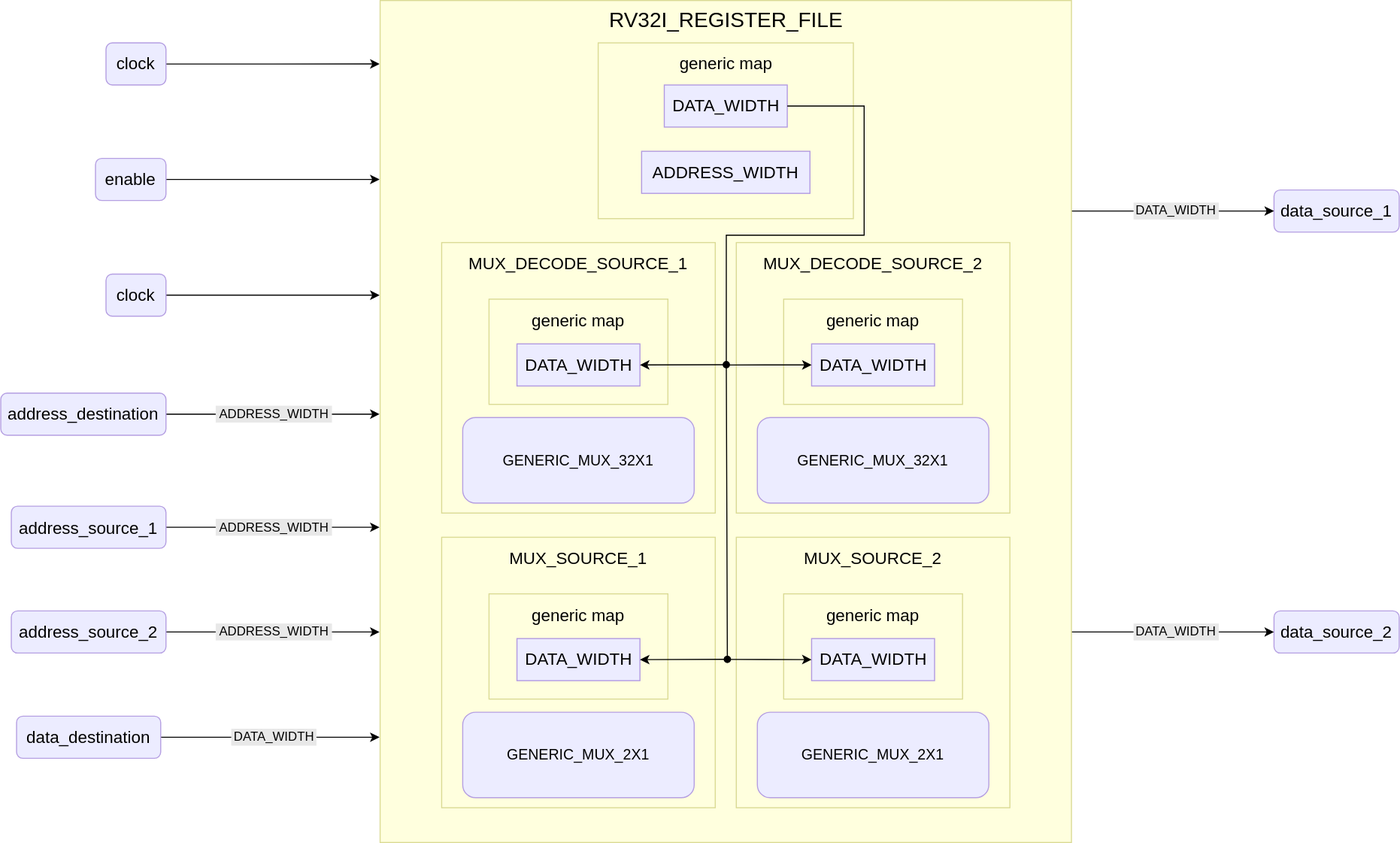
The draw.io diagram public/images/reference/report_components/rv32i_register_file.drawio.svg in insper-riscv/docs, before a commit. Source tidied: cells renumbered, new cells last; positions are measured from the earlier drawing's top-left corner, leaving out a move shared by most shapes.
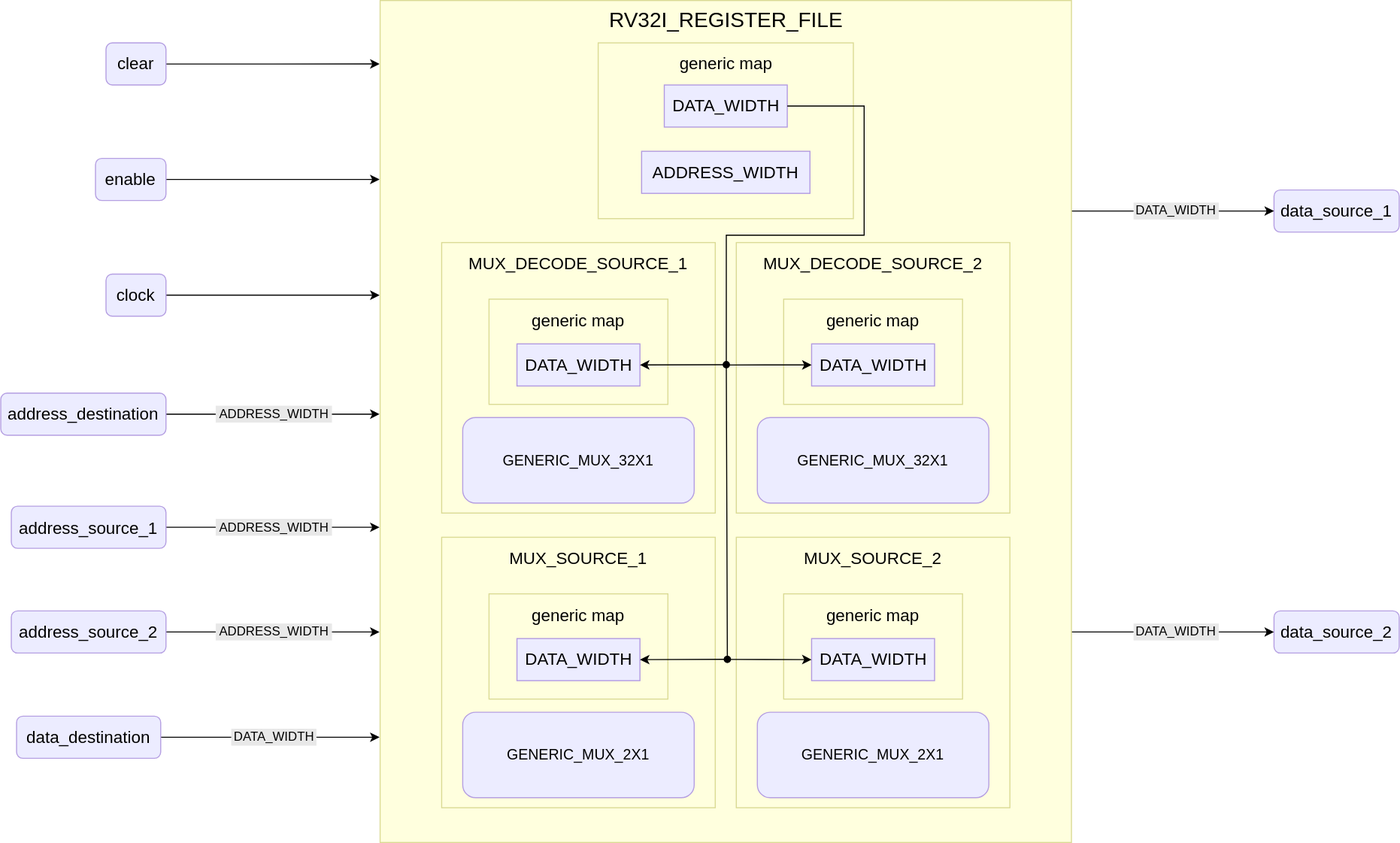
The same diagram one commit later.

Commit message:
update rv32i_register_file report diagram

What changed in the source:
```diff
@@ -7,7 +7,7 @@
         <mxPoint x="360" y="60.2" as="targetPoint" />
       </mxGeometry>
     </mxCell>
-    <mxCell id="3" value="clock" style="rounded=1;whiteSpace=wrap;html=1;fillColor=#ececff;strokeColor=#b59fe2;fontSize=16;" parent="1" vertex="1">
+    <mxCell id="3" value="clear" style="rounded=1;whiteSpace=wrap;html=1;fillColor=#ececff;strokeColor=#b59fe2;fontSize=16;" parent="1" vertex="1">
       <mxGeometry x="100" y="40.2" width="57" height="40" as="geometry" />
     </mxCell>
     <mxCell id="4" style="edgeStyle=orthogonalEdgeStyle;rounded=0;jettySize=auto;html=1;" parent="1" edge="1" source="5">
```
